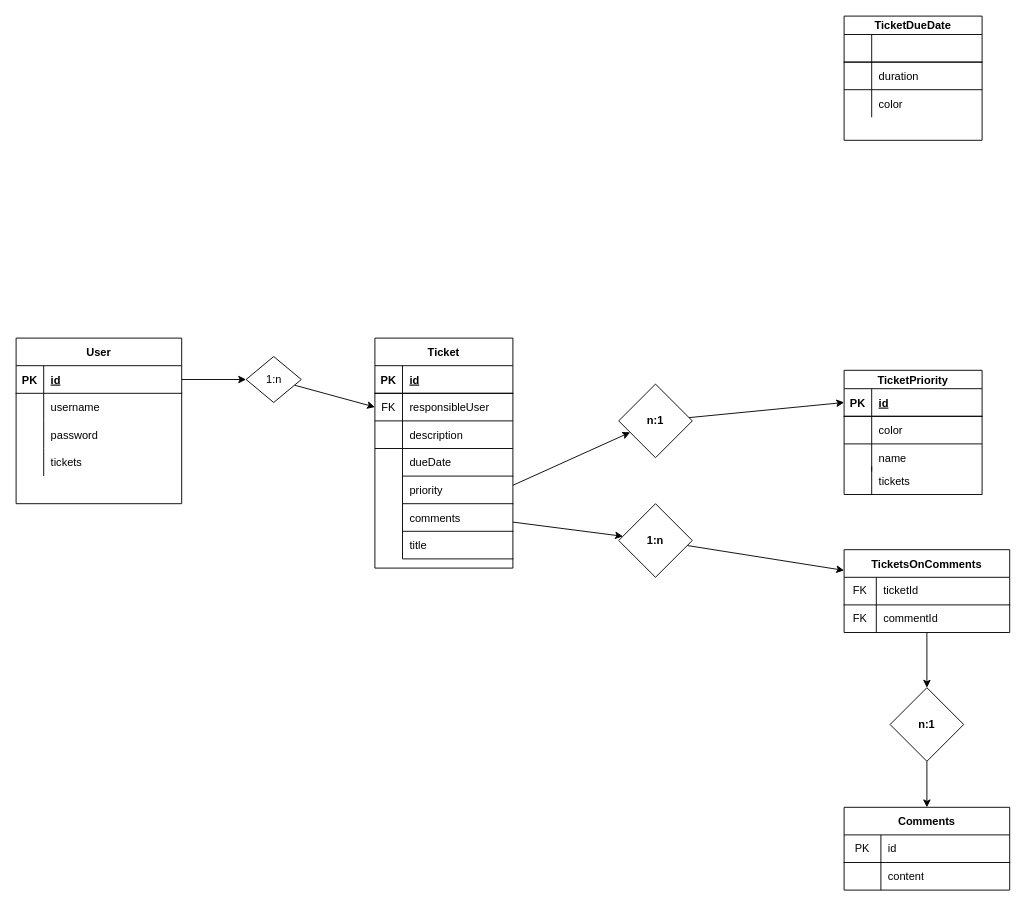
This is notes/erd.drawio from Dyvd4/ticketify, a draw.io file, before an edit. Source tidied: cells renumbered, new cells numbered last; positions are measured from the earlier drawing's top-left corner, leaving out a move shared by most shapes. Both pictures are drawn from the tidied source at 92%, with x=0, y=0 at pixel (16, 16).
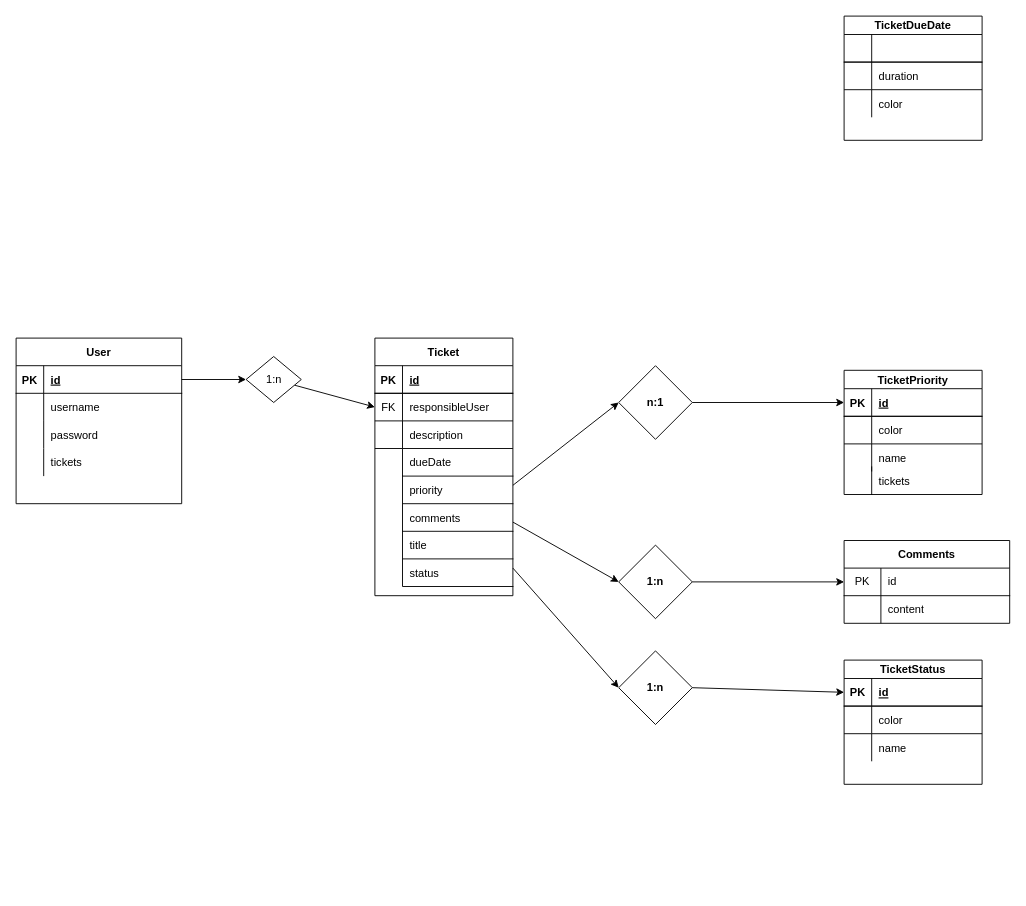
After the change.

Unchanged cells that the change refers to:
```xml
<mxCell id="60" style="shape=partialRectangle;html=1;whiteSpace=wrap;fillColor=none;top=0;left=0;bottom=1;right=0;points=[[0,0.5],[1,0.5]];portConstraint=eastwest;" parent="59" vertex="1">
  <mxGeometry y="30" width="180" height="30" as="geometry" />
</mxCell>
```

Change to the diagram source:
```diff
@@
-    <mxCell id="15" style="edgeStyle=none;html=1;" parent="1" edge="1" target="45">
+    <mxCell id="15" style="edgeStyle=none;html=1;entryX=0;entryY=0.5;entryDx=0;entryDy=0;" parent="1" edge="1" target="45">
       <mxGeometry relative="1" as="geometry">
         <mxPoint x="540" y="510" as="sourcePoint" />
       </mxGeometry>
     </mxCell>
-    <mxCell id="16" style="edgeStyle=none;html=1;" parent="1" edge="1" target="48">
+    <mxCell id="16" style="edgeStyle=none;html=1;entryX=0;entryY=0.5;entryDx=0;entryDy=0;" parent="1" edge="1" target="48">
       <mxGeometry relative="1" as="geometry">
         <mxPoint x="540" y="550" as="sourcePoint" />
       </mxGeometry>
     </mxCell>
     <mxCell id="17" value="Ticket" style="shape=table;startSize=30;childLayout=tableLayout;rowLines=1;fontStyle=1;align=center;" parent="1" vertex="1">
-      <mxGeometry x="390" y="350" width="150" height="250" as="geometry" />
+      <mxGeometry x="390" y="350" width="150" height="280" as="geometry" />
     </mxCell>
@@
     <mxCell id="45" value="n:1" style="rhombus;whiteSpace=wrap;html=1;startSize=30;fontStyle=1;" parent="1" vertex="1">
-      <mxGeometry x="655" y="400" width="80" height="80" as="geometry" />
+      <mxGeometry x="655" y="380" width="80" height="80" as="geometry" />
     </mxCell>
@@
-    <mxCell id="47" style="edgeStyle=none;html=1;entryX=0;entryY=0.25;entryDx=0;entryDy=0;" parent="1" edge="1" source="48" target="50">
+    <mxCell id="47" style="edgeStyle=none;html=1;entryX=0;entryY=0.5;entryDx=0;entryDy=0;" parent="1" edge="1" source="48" target="60">
       <mxGeometry relative="1" as="geometry" />
     </mxCell>
     <mxCell id="48" value="1:n" style="rhombus;whiteSpace=wrap;html=1;startSize=30;fontStyle=1;" parent="1" vertex="1">
-      <mxGeometry x="655" y="530" width="80" height="80" as="geometry" />
+      <mxGeometry x="655" y="575" width="80" height="80" as="geometry" />
     </mxCell>
-    <mxCell id="49" style="edgeStyle=none;html=1;" parent="1" edge="1" source="50" target="58">
-      <mxGeometry relative="1" as="geometry" />
-    </mxCell>
-    <mxCell id="50" value="TicketsOnComments" style="shape=table;startSize=30;childLayout=tableLayout;rowLines=0;fontStyle=1;align=center;" parent="1" vertex="1">
-      <mxGeometry x="900" y="580" width="180" height="90" as="geometry" />
-    </mxCell>
-    <mxCell id="51" style="shape=partialRectangle;html=1;whiteSpace=wrap;fillColor=none;top=0;left=0;bottom=1;right=0;" parent="50" vertex="1">
-      <mxGeometry y="30" width="180" height="30" as="geometry" />
-    </mxCell>
-    <mxCell id="52" value="FK" style="shape=partialRectangle;html=1;whiteSpace=wrap;fillColor=none;top=0;left=0;bottom=0;right=0;overflow=hidden;" parent="51" vertex="1">
-      <mxGeometry width="35" height="30" as="geometry" />
-    </mxCell>
-    <mxCell id="53" value="ticketId" style="shape=partialRectangle;html=1;whiteSpace=wrap;fillColor=none;top=0;left=0;bottom=0;right=0;align=left;spacingLeft=6;overflow=hidden;" parent="51" vertex="1">
-      <mxGeometry x="35" width="145" height="30" as="geometry" />
-    </mxCell>
-    <mxCell id="54" style="shape=partialRectangle;html=1;whiteSpace=wrap;fillColor=none;top=0;left=0;bottom=0;right=0;" parent="50" vertex="1">
-      <mxGeometry y="60" width="180" height="30" as="geometry" />
-    </mxCell>
-    <mxCell id="55" value="FK" style="shape=partialRectangle;html=1;whiteSpace=wrap;fillColor=none;top=0;left=0;bottom=0;right=0;overflow=hidden;" parent="54" vertex="1">
-      <mxGeometry width="35" height="30" as="geometry" />
-    </mxCell>
-    <mxCell id="56" value="commentId" style="shape=partialRectangle;html=1;whiteSpace=wrap;fillColor=none;top=0;left=0;bottom=0;right=0;align=left;spacingLeft=6;overflow=hidden;" parent="54" vertex="1">
-      <mxGeometry x="35" width="145" height="30" as="geometry" />
-    </mxCell>
-    <mxCell id="57" style="edgeStyle=none;html=1;entryX=0.5;entryY=0;entryDx=0;entryDy=0;" parent="1" edge="1" source="58" target="59">
-      <mxGeometry relative="1" as="geometry" />
-    </mxCell>
-    <mxCell id="58" value="n:1" style="rhombus;whiteSpace=wrap;html=1;startSize=30;fontStyle=1;" parent="1" vertex="1">
-      <mxGeometry x="950" y="730" width="80" height="80" as="geometry" />
-    </mxCell>
     <mxCell id="59" value="Comments" style="shape=table;startSize=30;childLayout=tableLayout;rowLines=0;fontStyle=1;align=center;" parent="1" vertex="1">
-      <mxGeometry x="900" y="860" width="180" height="90" as="geometry" />
+      <mxGeometry x="900" y="570" width="180" height="90" as="geometry" />
     </mxCell>
@@
+    <mxCell id="78" value="status" style="shape=partialRectangle;fillColor=none;top=0;left=1;bottom=1;right=0;align=left;spacingLeft=6;overflow=hidden;" parent="1" vertex="1">
+      <mxGeometry x="420" y="590" width="120" height="30" as="geometry" />
+    </mxCell>
+    <mxCell id="79" value="TicketStatus" style="shape=table;startSize=20;childLayout=tableLayout;rowLines=1;fontStyle=1;align=center;columnLines=1;" parent="1" vertex="1">
+      <mxGeometry x="900" y="700" width="150" height="135" as="geometry" />
+    </mxCell>
+    <mxCell id="80" style="shape=partialRectangle;fillColor=none;top=0;left=0;bottom=1;right=0;points=[[0,0.5],[1,0.5]];portConstraint=eastwest;" parent="79" vertex="1">
+      <mxGeometry y="20" width="150" height="30" as="geometry" />
+    </mxCell>
+    <mxCell id="81" value="PK" style="shape=partialRectangle;fillColor=none;top=0;left=0;bottom=0;right=0;fontStyle=1;overflow=hidden;" parent="80" vertex="1">
+      <mxGeometry width="30" height="30" as="geometry" />
+    </mxCell>
+    <mxCell id="82" value="id" style="shape=partialRectangle;fillColor=none;top=0;left=0;bottom=0;right=0;align=left;spacingLeft=6;fontStyle=5;overflow=hidden;" parent="80" vertex="1">
+      <mxGeometry x="30" width="120" height="30" as="geometry" />
+    </mxCell>
+    <mxCell id="83" style="shape=partialRectangle;fillColor=none;top=0;left=0;bottom=0;right=0;" parent="79" vertex="1">
+      <mxGeometry y="50" width="150" height="30" as="geometry" />
+    </mxCell>
+    <mxCell id="84" style="shape=partialRectangle;fillColor=none;top=0;left=0;bottom=0;right=0;overflow=hidden;" parent="83" vertex="1">
+      <mxGeometry width="30" height="30" as="geometry" />
+    </mxCell>
+    <mxCell id="85" value="color" style="shape=partialRectangle;fillColor=none;top=0;left=0;bottom=0;right=0;align=left;spacingLeft=6;overflow=hidden;" parent="83" vertex="1">
+      <mxGeometry x="30" width="120" height="30" as="geometry" />
+    </mxCell>
+    <mxCell id="86" style="shape=partialRectangle;fillColor=none;top=0;left=0;bottom=0;right=0;" parent="79" vertex="1">
+      <mxGeometry y="80" width="150" height="30" as="geometry" />
+    </mxCell>
+    <mxCell id="87" style="shape=partialRectangle;fillColor=none;top=0;left=0;bottom=0;right=0;overflow=hidden;" parent="86" vertex="1">
+      <mxGeometry width="30" height="30" as="geometry" />
+    </mxCell>
+    <mxCell id="88" value="name" style="shape=partialRectangle;fillColor=none;top=0;left=0;bottom=0;right=0;align=left;spacingLeft=6;overflow=hidden;" parent="86" vertex="1">
+      <mxGeometry x="30" width="120" height="30" as="geometry" />
+    </mxCell>
+    <mxCell id="89" style="edgeStyle=none;html=1;entryX=0;entryY=0.5;entryDx=0;entryDy=0;exitX=1;exitY=0.5;exitDx=0;exitDy=0;" parent="1" edge="1" source="90" target="80">
+      <mxGeometry relative="1" as="geometry" />
+    </mxCell>
+    <mxCell id="90" value="1:n" style="rhombus;whiteSpace=wrap;html=1;startSize=30;fontStyle=1;" parent="1" vertex="1">
+      <mxGeometry x="655" y="690" width="80" height="80" as="geometry" />
+    </mxCell>
+    <mxCell id="91" style="edgeStyle=none;html=1;entryX=0;entryY=0.5;entryDx=0;entryDy=0;" parent="1" edge="1" target="90">
+      <mxGeometry relative="1" as="geometry">
+        <mxPoint x="540" y="600" as="sourcePoint" />
+      </mxGeometry>
+    </mxCell>
```
